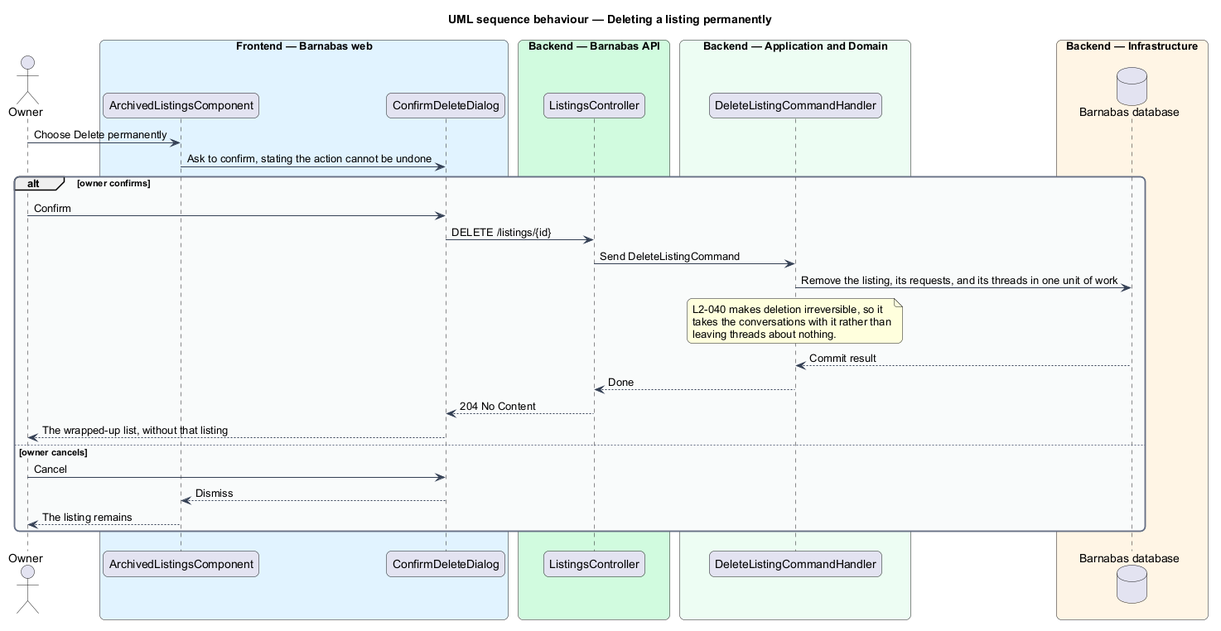
QuinntyneBrown/Barnabas keeps this PlantUML diagram as docs/detailed-designs/listings/close-out-and-archive/diagrams/sequence-delete.png. Above is the earlier version. Its diagram source:
```plantuml
@startuml
title UML sequence behaviour — Deleting a listing permanently
skinparam backgroundColor #FFFFFF
skinparam shadowing false
skinparam roundcorner 12
skinparam defaultFontName Arial
skinparam ArrowColor #344054
skinparam rectangle {
  BorderColor #344054
  FontColor #101828
}
skinparam package {
  BorderColor #667085
  FontColor #101828
  BackgroundColor #F9FAFB
}
actor "Owner" as actor
box "Frontend — Barnabas web" #E0F2FE
  participant "ArchivedListingsComponent" as page
  participant "ConfirmDeleteDialog" as dialog
end box
box "Backend — Barnabas API" #D1FADF
  participant "ListingsController" as controller
end box
box "Backend — Application and Domain" #ECFDF3
  participant "DeleteListingCommandHandler" as handler
end box
box "Backend — Infrastructure" #FFF4E5
  database "Barnabas database" as db
end box

actor -> page : Choose Delete permanently
page -> dialog : Ask to confirm, stating the action cannot be undone
alt owner confirms
  actor -> dialog : Confirm
  dialog -> controller : DELETE /listings/{id}
  controller -> handler : Send DeleteListingCommand
  handler -> db : Remove the listing, its requests, and its threads in one unit of work
  note over handler : L2-040 makes deletion irreversible, so it\ntakes the conversations with it rather than\nleaving threads about nothing.
  db --> handler : Commit result
  handler --> controller : Done
  controller --> dialog : 204 No Content
  dialog --> actor : The wrapped-up list, without that listing
else owner cancels
  actor -> dialog : Cancel
  dialog --> page : Dismiss
  page --> actor : The listing remains
end
@enduml
```
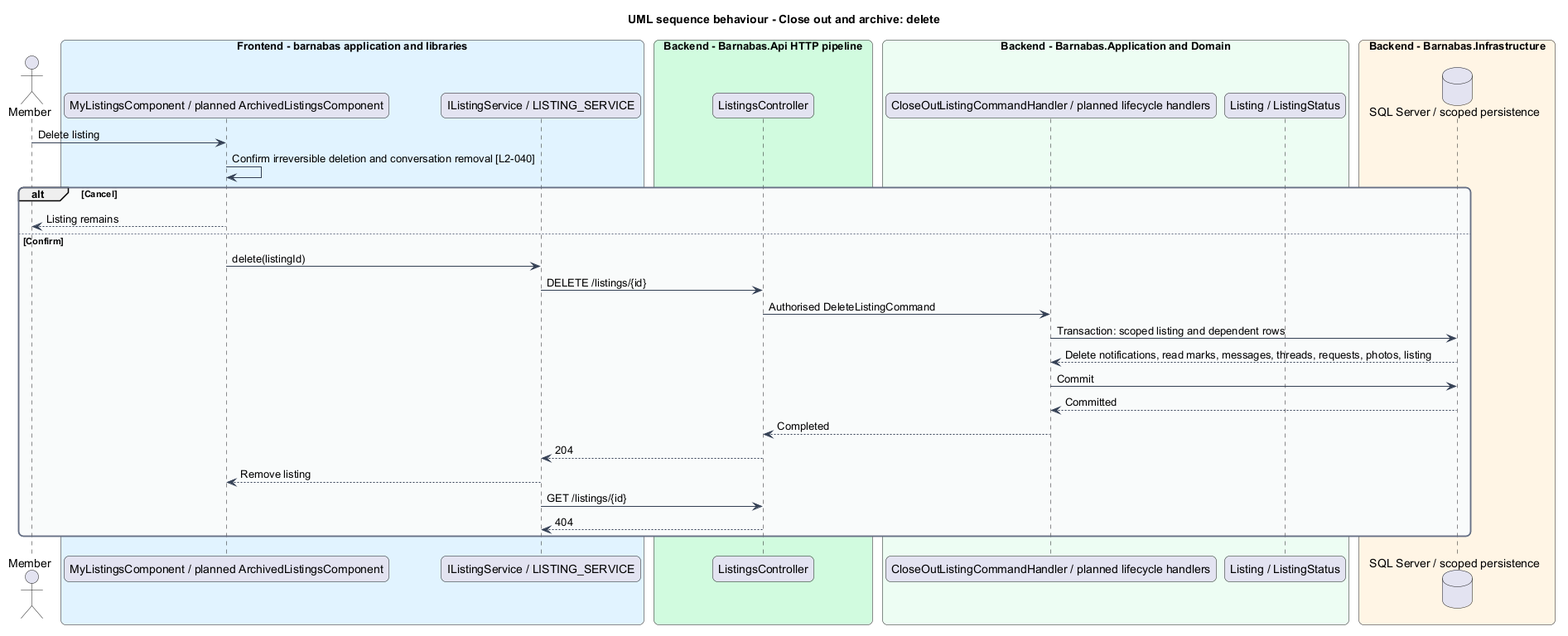
After the change.

What changed in the source:
```diff
@@ -1,5 +1,5 @@
 @startuml
-title UML sequence behaviour — Deleting a listing permanently
+title UML sequence behaviour - Close out and archive: delete
 skinparam backgroundColor #FFFFFF
 skinparam shadowing false
 skinparam roundcorner 12
@@ -14,36 +14,37 @@
   FontColor #101828
   BackgroundColor #F9FAFB
 }
-actor "Owner" as actor
-box "Frontend — Barnabas web" #E0F2FE
-  participant "ArchivedListingsComponent" as page
-  participant "ConfirmDeleteDialog" as dialog
+actor "Member" as actor
+box "Frontend - barnabas application and libraries" #E0F2FE
+  participant "MyListingsComponent / planned ArchivedListingsComponent" as page
+  participant "IListingService / LISTING_SERVICE" as client
 end box
-box "Backend — Barnabas API" #D1FADF
-  participant "ListingsController" as controller
+box "Backend - Barnabas.Api HTTP pipeline" #D1FADF
+  participant "ListingsController" as api
 end box
-box "Backend — Application and Domain" #ECFDF3
-  participant "DeleteListingCommandHandler" as handler
+box "Backend - Barnabas.Application and Domain" #ECFDF3
+  participant "CloseOutListingCommandHandler / planned lifecycle handlers" as handler
+  participant "Listing / ListingStatus" as entity
 end box
-box "Backend — Infrastructure" #FFF4E5
-  database "Barnabas database" as db
+box "Backend - Barnabas.Infrastructure" #FFF4E5
+  database "SQL Server / scoped persistence" as db
 end box
-
-actor -> page : Choose Delete permanently
-page -> dialog : Ask to confirm, stating the action cannot be undone
-alt owner confirms
-  actor -> dialog : Confirm
-  dialog -> controller : DELETE /listings/{id}
-  controller -> handler : Send DeleteListingCommand
-  handler -> db : Remove the listing, its requests, and its threads in one unit of work
-  note over handler : L2-040 makes deletion irreversible, so it\ntakes the conversations with it rather than\nleaving threads about nothing.
-  db --> handler : Commit result
-  handler --> controller : Done
-  controller --> dialog : 204 No Content
-  dialog --> actor : The wrapped-up list, without that listing
-else owner cancels
-  actor -> dialog : Cancel
-  dialog --> page : Dismiss
-  page --> actor : The listing remains
+actor -> page : Delete listing
+page -> page : Confirm irreversible deletion and conversation removal [L2-040]
+alt Cancel
+  page --> actor : Listing remains
+else Confirm
+  page -> client : delete(listingId)
+  client -> api : DELETE /listings/{id}
+  api -> handler : Authorised DeleteListingCommand
+  handler -> db : Transaction: scoped listing and dependent rows
+  db --> handler : Delete notifications, read marks, messages, threads, requests, photos, listing
+  handler -> db : Commit
+  db --> handler : Committed
+  handler --> api : Completed
+  api --> client : 204
+  client --> page : Remove listing
+  client -> api : GET /listings/{id}
+  api --> client : 404
 end
 @enduml
```
